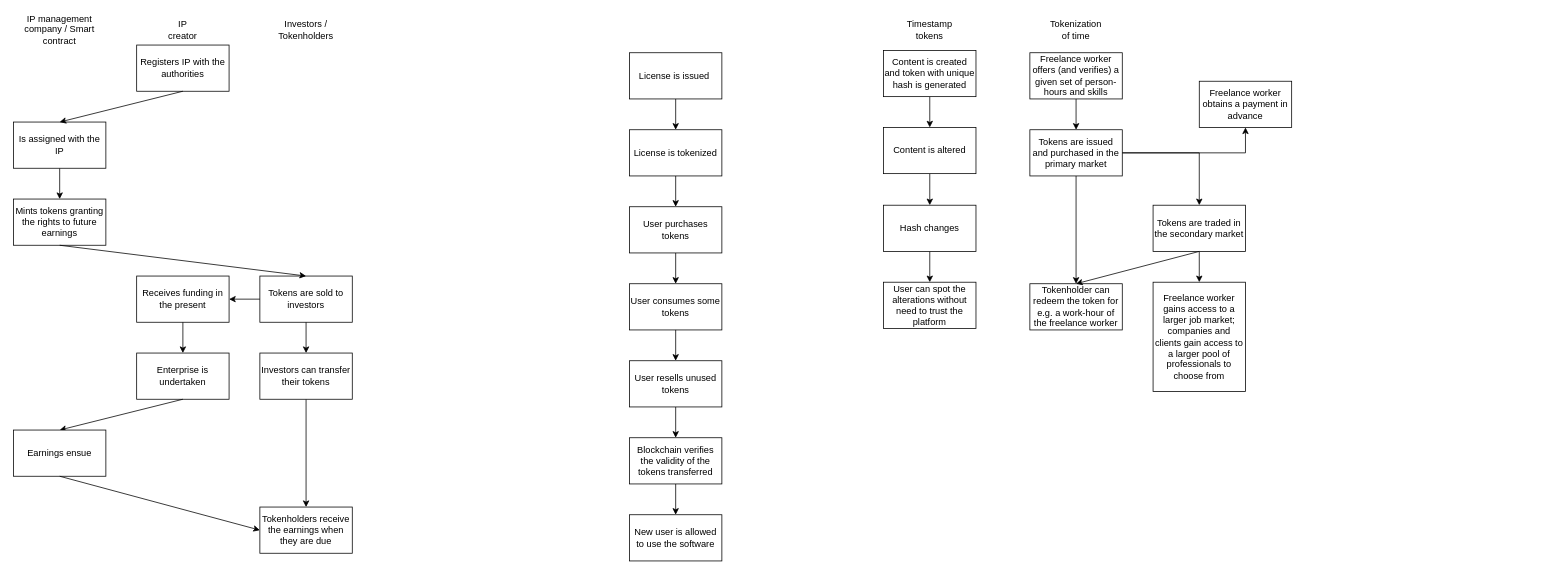
juan22xT/TEA keeps this draw.io diagram as Enterprise blockchains.drawio. Above is the earlier version. Source tidied: cells renumbered, new cells numbered last; positions are measured from the earlier drawing's top-left corner, leaving out a move shared by most shapes. Both pictures are drawn from the tidied source at 77%, with x=0, y=0 at pixel (13, 22).
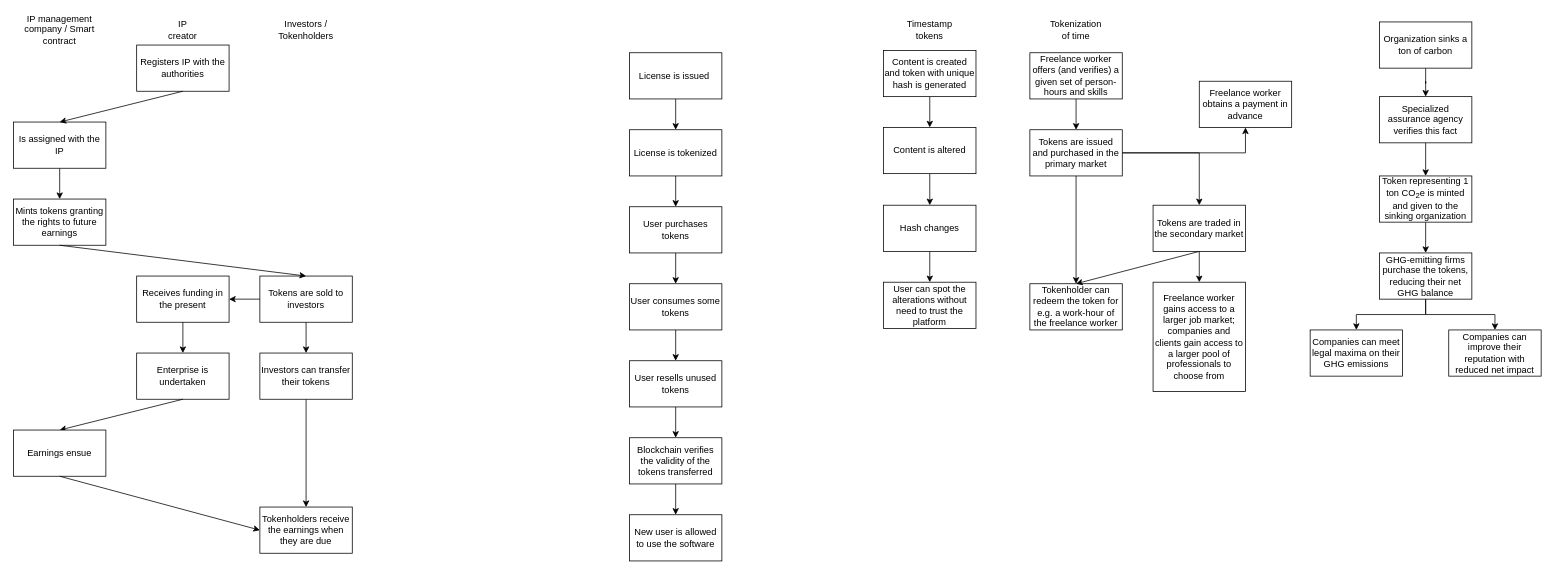
After the change.

Diff of the diagram source:
```diff
@@
+    <mxCell id="57" style="edgeStyle=orthogonalEdgeStyle;rounded=0;jettySize=auto;html=1;" parent="1" edge="1" source="58" target="60">
+      <mxGeometry relative="1" as="geometry" />
+    </mxCell>
+    <mxCell id="58" value="Organization sinks a ton of carbon" style="rounded=0;whiteSpace=wrap;html=1;" parent="1" vertex="1">
+      <mxGeometry x="1774" width="120" height="60" as="geometry" />
+    </mxCell>
+    <mxCell id="59" style="edgeStyle=orthogonalEdgeStyle;rounded=0;jettySize=auto;html=1;" parent="1" edge="1" source="60" target="62">
+      <mxGeometry relative="1" as="geometry" />
+    </mxCell>
+    <mxCell id="60" value="Specialized assurance agency verifies this fact" style="rounded=0;whiteSpace=wrap;html=1;" parent="1" vertex="1">
+      <mxGeometry x="1774" y="97" width="120" height="60" as="geometry" />
+    </mxCell>
+    <mxCell id="61" style="edgeStyle=orthogonalEdgeStyle;rounded=0;jettySize=auto;html=1;" parent="1" edge="1" source="62" target="65">
+      <mxGeometry relative="1" as="geometry" />
+    </mxCell>
+    <mxCell id="62" value="Token representing 1 ton CO&lt;sub&gt;2&lt;/sub&gt;e is minted and given to the sinking organization" style="rounded=0;whiteSpace=wrap;html=1;" parent="1" vertex="1">
+      <mxGeometry x="1774" y="200" width="120" height="60" as="geometry" />
+    </mxCell>
+    <mxCell id="63" style="edgeStyle=orthogonalEdgeStyle;rounded=0;jettySize=auto;html=1;" parent="1" edge="1" source="65" target="66">
+      <mxGeometry relative="1" as="geometry" />
+    </mxCell>
+    <mxCell id="64" style="edgeStyle=orthogonalEdgeStyle;rounded=0;jettySize=auto;html=1;" parent="1" edge="1" source="65" target="67">
+      <mxGeometry relative="1" as="geometry" />
+    </mxCell>
+    <mxCell id="65" value="GHG-emitting firms purchase the tokens, reducing their net GHG balance" style="rounded=0;whiteSpace=wrap;html=1;" parent="1" vertex="1">
+      <mxGeometry x="1774" y="300" width="120" height="60" as="geometry" />
+    </mxCell>
+    <mxCell id="66" value="Companies can meet legal maxima on their GHG emissions" style="rounded=0;whiteSpace=wrap;html=1;" parent="1" vertex="1">
+      <mxGeometry x="1684" y="400" width="120" height="60" as="geometry" />
+    </mxCell>
+    <mxCell id="67" value="Companies can improve their reputation with reduced net impact" style="rounded=0;whiteSpace=wrap;html=1;" parent="1" vertex="1">
+      <mxGeometry x="1864" y="400" width="120" height="60" as="geometry" />
+    </mxCell>
```
